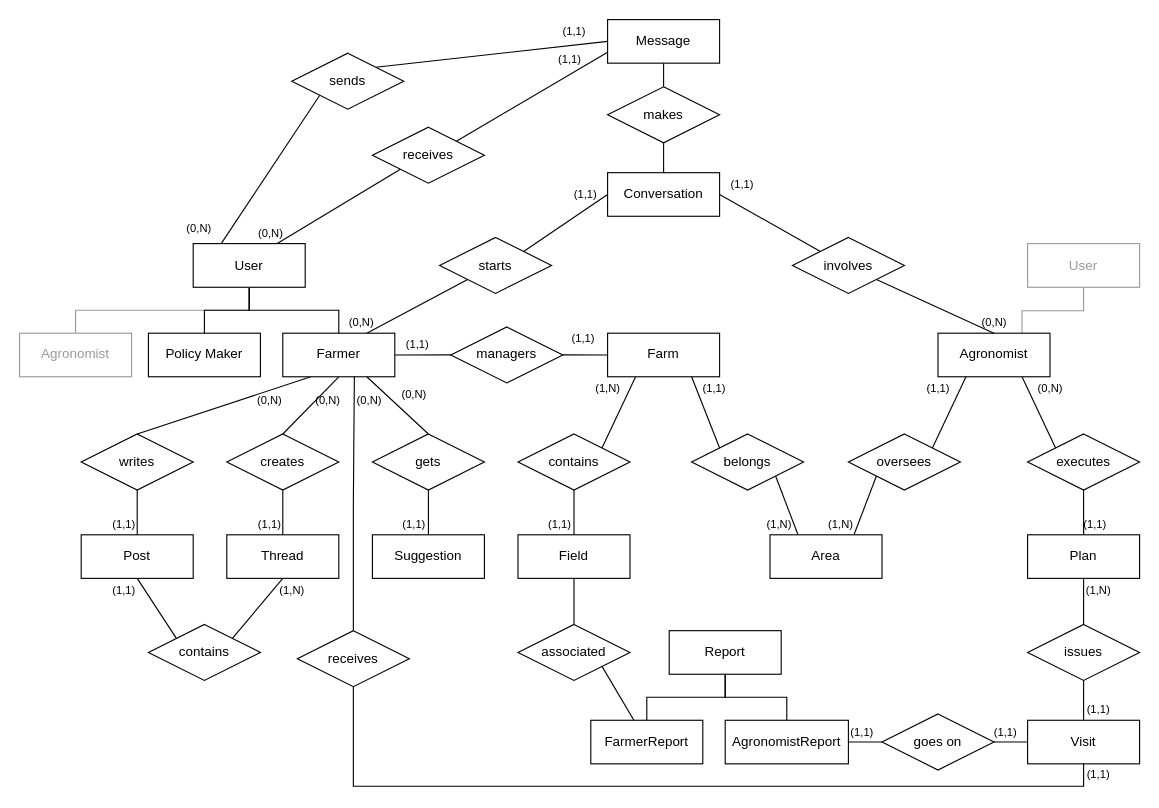
Before: images_diagrams/dd/er_diagram.drawio in gabrielemarra/DREAM-ProjectDesign, a draw.io diagram. Source tidied: cells renumbered, new cells numbered last; positions are measured from the earlier drawing's top-left corner, leaving out a move shared by most shapes. Both pictures are drawn from the tidied source at 112%, with x=0, y=0 at pixel (19, 19).
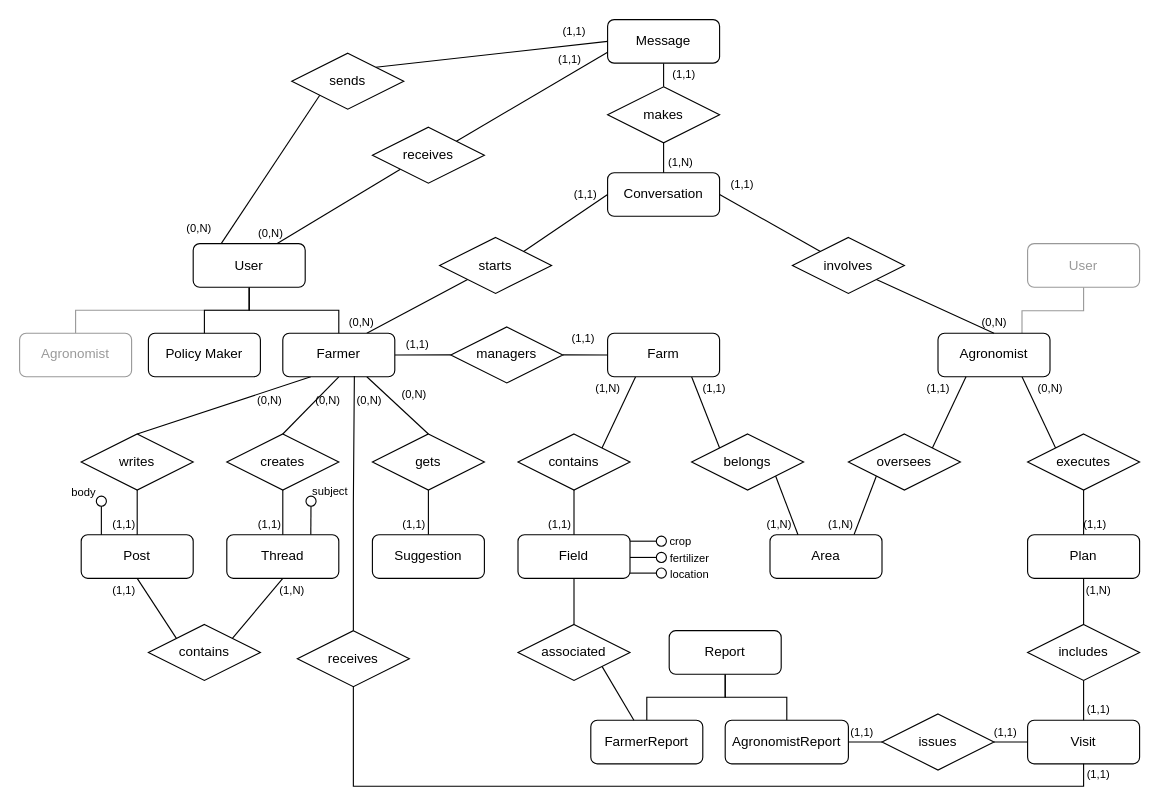
After the change.

The edit, as a diff of the source:
```diff
@@
-    <mxCell id="4" value="Policy Maker" style="rounded=0;whiteSpace=wrap;html=1;strokeWidth=1;" parent="1" vertex="1">
+    <mxCell id="4" value="Policy Maker" style="rounded=1;whiteSpace=wrap;html=1;strokeWidth=1;" parent="1" vertex="1">
       <mxGeometry x="115" y="280" width="100" height="38.9" as="geometry" />
     </mxCell>
@@
-    <mxCell id="10" value="Farmer" style="rounded=0;whiteSpace=wrap;html=1;strokeWidth=1;" parent="1" vertex="1">
+    <mxCell id="10" value="Farmer" style="rounded=1;whiteSpace=wrap;html=1;strokeWidth=1;" parent="1" vertex="1">
       <mxGeometry x="235" y="280" width="100" height="38.9" as="geometry" />
     </mxCell>
@@
-    <mxCell id="13" value="User" style="rounded=0;whiteSpace=wrap;html=1;strokeWidth=1;" parent="1" vertex="1">
+    <mxCell id="13" value="User" style="rounded=1;whiteSpace=wrap;html=1;strokeWidth=1;" parent="1" vertex="1">
       <mxGeometry x="155" y="200" width="100" height="39" as="geometry" />
     </mxCell>
@@
-    <mxCell id="15" value="Message" style="rounded=0;whiteSpace=wrap;html=1;strokeWidth=1;" parent="1" vertex="1">
+    <mxCell id="15" value="Message" style="rounded=1;whiteSpace=wrap;html=1;strokeWidth=1;" parent="1" vertex="1">
       <mxGeometry x="525" width="100" height="38.9" as="geometry" />
     </mxCell>
@@
-    <mxCell id="17" value="Conversation" style="rounded=0;whiteSpace=wrap;html=1;strokeWidth=1;" parent="1" vertex="1">
+    <mxCell id="17" value="Conversation" style="rounded=1;whiteSpace=wrap;html=1;strokeWidth=1;" parent="1" vertex="1">
       <mxGeometry x="525" y="136.7" width="100" height="38.9" as="geometry" />
     </mxCell>
@@
-    <mxCell id="20" value="Farm" style="rounded=0;whiteSpace=wrap;html=1;strokeWidth=1;" parent="1" vertex="1">
+    <mxCell id="20" value="Farm" style="rounded=1;whiteSpace=wrap;html=1;strokeWidth=1;" parent="1" vertex="1">
       <mxGeometry x="525" y="280" width="100" height="38.9" as="geometry" />
     </mxCell>
@@
-    <mxCell id="22" value="Suggestion" style="rounded=0;whiteSpace=wrap;html=1;strokeWidth=1;" parent="1" vertex="1">
+    <mxCell id="22" value="Suggestion" style="rounded=1;whiteSpace=wrap;html=1;strokeWidth=1;" parent="1" vertex="1">
       <mxGeometry x="315" y="460" width="100" height="38.9" as="geometry" />
     </mxCell>
+    <mxCell id="113" style="edgeStyle=orthogonalEdgeStyle;rounded=0;jettySize=auto;html=1;exitX=0.75;exitY=0;exitDx=0;exitDy=0;endArrow=oval;endFill=0;endSize=9;" parent="1" edge="1" source="23">
+      <mxGeometry relative="1" as="geometry">
+        <mxPoint x="260.2" y="430" as="targetPoint" />
+      </mxGeometry>
+    </mxCell>
-    <mxCell id="23" value="Thread" style="rounded=0;whiteSpace=wrap;html=1;strokeWidth=1;" parent="1" vertex="1">
+    <mxCell id="23" value="Thread" style="rounded=1;whiteSpace=wrap;html=1;strokeWidth=1;" parent="1" vertex="1">
       <mxGeometry x="185" y="460" width="100" height="38.9" as="geometry" />
     </mxCell>
@@
+    <mxCell id="114" style="edgeStyle=orthogonalEdgeStyle;rounded=0;jettySize=auto;html=1;exitX=0.136;exitY=0.031;exitDx=0;exitDy=0;endArrow=oval;endFill=0;endSize=9;exitPerimeter=0;" parent="1" edge="1" source="25">
+      <mxGeometry relative="1" as="geometry">
+        <mxPoint x="73" y="430" as="targetPoint" />
+      </mxGeometry>
+    </mxCell>
-    <mxCell id="25" value="Post" style="rounded=0;whiteSpace=wrap;html=1;strokeWidth=1;" parent="1" vertex="1">
+    <mxCell id="25" value="Post" style="rounded=1;whiteSpace=wrap;html=1;strokeWidth=1;" parent="1" vertex="1">
       <mxGeometry x="55" y="460" width="100" height="38.9" as="geometry" />
     </mxCell>
@@
+    <mxCell id="115" style="edgeStyle=orthogonalEdgeStyle;rounded=0;orthogonalLoop=1;jettySize=auto;html=1;exitX=1;exitY=0.25;exitDx=0;exitDy=0;endArrow=oval;endFill=0;endSize=9;" parent="1" edge="1">
+      <mxGeometry relative="1" as="geometry">
+        <mxPoint x="545" y="465.7" as="sourcePoint" />
+        <mxPoint x="573" y="466" as="targetPoint" />
+      </mxGeometry>
+    </mxCell>
+    <mxCell id="116" style="edgeStyle=orthogonalEdgeStyle;rounded=0;orthogonalLoop=1;jettySize=auto;html=1;exitX=1;exitY=0.75;exitDx=0;exitDy=0;endArrow=oval;endFill=0;endSize=9;" parent="1" edge="1">
+      <mxGeometry relative="1" as="geometry">
+        <mxPoint x="545" y="480.2" as="sourcePoint" />
+        <mxPoint x="573" y="480.2" as="targetPoint" />
+      </mxGeometry>
+    </mxCell>
+    <mxCell id="117" style="edgeStyle=orthogonalEdgeStyle;rounded=0;orthogonalLoop=1;jettySize=auto;html=1;exitX=1;exitY=0.75;exitDx=0;exitDy=0;endArrow=oval;endFill=0;endSize=9;" parent="1" edge="1">
+      <mxGeometry relative="1" as="geometry">
+        <mxPoint x="545" y="494.2" as="sourcePoint" />
+        <mxPoint x="573" y="494" as="targetPoint" />
+      </mxGeometry>
+    </mxCell>
-    <mxCell id="27" value="Field" style="rounded=0;whiteSpace=wrap;html=1;strokeWidth=1;" parent="1" vertex="1">
+    <mxCell id="27" value="Field" style="rounded=1;whiteSpace=wrap;html=1;strokeWidth=1;" parent="1" vertex="1">
       <mxGeometry x="445" y="460" width="100" height="38.9" as="geometry" />
     </mxCell>
@@
-    <mxCell id="30" value="Report" style="rounded=0;whiteSpace=wrap;html=1;strokeWidth=1;" parent="1" vertex="1">
+    <mxCell id="30" value="Report" style="rounded=1;whiteSpace=wrap;html=1;strokeWidth=1;" parent="1" vertex="1">
       <mxGeometry x="580" y="545.6" width="100" height="38.9" as="geometry" />
     </mxCell>
@@
-    <mxCell id="32" value="Area" style="rounded=0;whiteSpace=wrap;html=1;strokeWidth=1;" parent="1" vertex="1">
+    <mxCell id="32" value="Area" style="rounded=1;whiteSpace=wrap;html=1;strokeWidth=1;" parent="1" vertex="1">
       <mxGeometry x="670" y="460" width="100" height="38.9" as="geometry" />
     </mxCell>
@@
-    <mxCell id="35" value="Agronomist" style="rounded=0;whiteSpace=wrap;html=1;strokeWidth=1;" parent="1" vertex="1">
+    <mxCell id="35" value="Agronomist" style="rounded=1;whiteSpace=wrap;html=1;strokeWidth=1;" parent="1" vertex="1">
       <mxGeometry x="820" y="280" width="100" height="38.9" as="geometry" />
     </mxCell>
@@
-    <mxCell id="37" value="Plan" style="rounded=0;whiteSpace=wrap;html=1;strokeWidth=1;" parent="1" vertex="1">
+    <mxCell id="37" value="Plan" style="rounded=1;whiteSpace=wrap;html=1;strokeWidth=1;" parent="1" vertex="1">
       <mxGeometry x="900" y="460" width="100" height="38.9" as="geometry" />
     </mxCell>
@@
-    <mxCell id="39" value="Visit" style="rounded=0;whiteSpace=wrap;html=1;strokeWidth=1;" parent="1" vertex="1">
+    <mxCell id="39" value="Visit" style="rounded=1;whiteSpace=wrap;html=1;strokeWidth=1;" parent="1" vertex="1">
       <mxGeometry x="900" y="625.6" width="100" height="38.9" as="geometry" />
     </mxCell>
-    <mxCell id="40" value="FarmerReport" style="rounded=0;whiteSpace=wrap;html=1;strokeWidth=1;" parent="1" vertex="1">
+    <mxCell id="40" value="FarmerReport" style="rounded=1;whiteSpace=wrap;html=1;strokeWidth=1;" parent="1" vertex="1">
       <mxGeometry x="510" y="625.6" width="100" height="38.9" as="geometry" />
     </mxCell>
@@
-    <mxCell id="42" value="AgronomistReport" style="rounded=0;whiteSpace=wrap;html=1;strokeWidth=1;" parent="1" vertex="1">
+    <mxCell id="42" value="AgronomistReport" style="rounded=1;whiteSpace=wrap;html=1;strokeWidth=1;" parent="1" vertex="1">
       <mxGeometry x="630" y="625.6" width="110" height="38.9" as="geometry" />
     </mxCell>
@@
-    <mxCell id="52" value="issues" style="shape=rhombus;perimeter=rhombusPerimeter;whiteSpace=wrap;html=1;align=center;rounded=0;" parent="1" vertex="1">
+    <mxCell id="52" value="includes" style="shape=rhombus;perimeter=rhombusPerimeter;whiteSpace=wrap;html=1;align=center;rounded=0;" parent="1" vertex="1">
       <mxGeometry x="900" y="540" width="100" height="50" as="geometry" />
     </mxCell>
@@
-    <mxCell id="54" value="goes on" style="shape=rhombus;perimeter=rhombusPerimeter;whiteSpace=wrap;html=1;align=center;rounded=0;" parent="1" vertex="1">
+    <mxCell id="54" value="issues" style="shape=rhombus;perimeter=rhombusPerimeter;whiteSpace=wrap;html=1;align=center;rounded=0;" parent="1" vertex="1">
       <mxGeometry x="770" y="620" width="100" height="50" as="geometry" />
     </mxCell>
@@
-    <mxCell id="75" value="&lt;font color=&quot;#999999&quot;&gt;Agronomist&lt;/font&gt;" style="rounded=0;whiteSpace=wrap;html=1;strokeWidth=1;strokeColor=#999999;" parent="1" vertex="1">
+    <mxCell id="75" value="&lt;font color=&quot;#999999&quot;&gt;Agronomist&lt;/font&gt;" style="rounded=1;whiteSpace=wrap;html=1;strokeWidth=1;strokeColor=#999999;" parent="1" vertex="1">
       <mxGeometry y="280" width="100" height="38.9" as="geometry" />
     </mxCell>
@@
-    <mxCell id="78" value="&lt;font color=&quot;#999999&quot;&gt;User&lt;/font&gt;" style="rounded=0;whiteSpace=wrap;html=1;strokeWidth=1;strokeColor=#999999;" parent="1" vertex="1">
+    <mxCell id="78" value="&lt;font color=&quot;#999999&quot;&gt;User&lt;/font&gt;" style="rounded=1;whiteSpace=wrap;html=1;strokeWidth=1;strokeColor=#999999;" parent="1" vertex="1">
       <mxGeometry x="900" y="200" width="100" height="39" as="geometry" />
     </mxCell>
@@
+    <mxCell id="118" value="crop" style="text;html=1;align=center;verticalAlign=middle;strokeColor=none;fillColor=none;fontSize=10;fontColor=#000000;" parent="1" vertex="1">
+      <mxGeometry x="575" y="456" width="30" height="20" as="geometry" />
+    </mxCell>
+    <mxCell id="119" value="fertilizer" style="text;html=1;align=center;verticalAlign=middle;strokeColor=none;fillColor=none;fontSize=10;fontColor=#000000;" parent="1" vertex="1">
+      <mxGeometry x="573" y="470.9" width="50" height="20" as="geometry" />
+    </mxCell>
+    <mxCell id="120" value="body" style="text;html=1;align=center;verticalAlign=middle;strokeColor=none;fillColor=none;fontSize=10;fontColor=#000000;" parent="1" vertex="1">
+      <mxGeometry x="37" y="412" width="40" height="20" as="geometry" />
+    </mxCell>
+    <mxCell id="121" value="subject" style="text;html=1;align=center;verticalAlign=middle;strokeColor=none;fillColor=none;fontSize=10;fontColor=#000000;" parent="1" vertex="1">
+      <mxGeometry x="252" y="411" width="50" height="20" as="geometry" />
+    </mxCell>
+    <mxCell id="122" value="location" style="text;html=1;align=center;verticalAlign=middle;strokeColor=none;fillColor=none;fontSize=10;fontColor=#000000;" parent="1" vertex="1">
+      <mxGeometry x="573" y="484.9" width="50" height="20" as="geometry" />
+    </mxCell>
+    <mxCell id="123" value="(1,1)" style="text;html=1;align=center;verticalAlign=middle;strokeColor=none;fillColor=none;fontSize=10;fontColor=#000000;" parent="1" vertex="1">
+      <mxGeometry x="573" y="38.9" width="40" height="20" as="geometry" />
+    </mxCell>
+    <mxCell id="124" value="(1,N)" style="text;html=1;align=center;verticalAlign=middle;strokeColor=none;fillColor=none;fontSize=10;fontColor=#000000;" parent="1" vertex="1">
+      <mxGeometry x="570" y="116.7" width="40" height="20" as="geometry" />
+    </mxCell>
```
